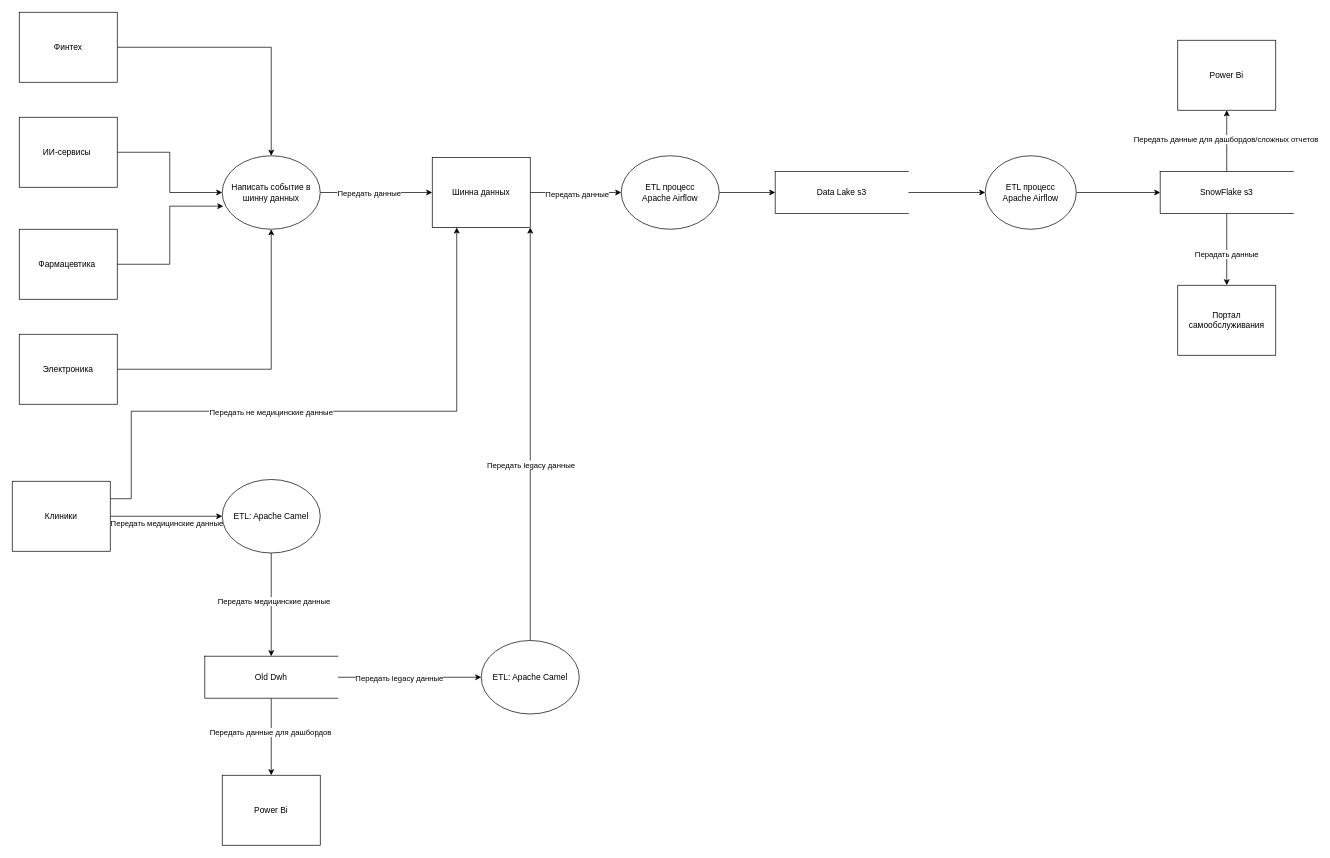
Before: exc2/DataFlowDiagram.drawio in josephjoguts/sprint11, a draw.io diagram. Source tidied: cells renumbered, new cells numbered last; positions are measured from the earlier drawing's top-left corner, leaving out a move shared by most shapes. Both pictures are drawn from the tidied source at 70%, with x=0, y=0 at pixel (12, 12).
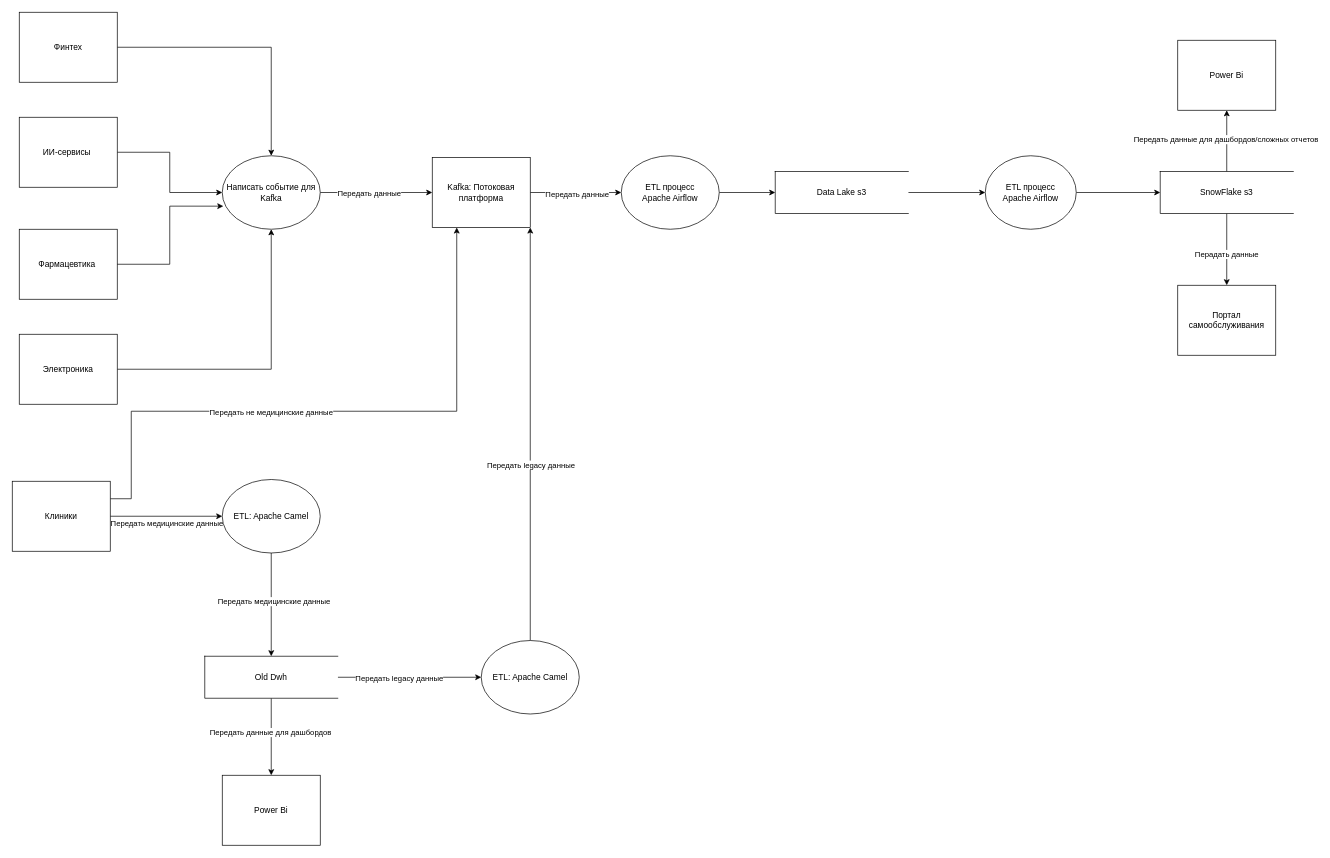
The same page after the edit.

Change to the diagram source:
```diff
@@
-    <mxCell id="6" value="Написать событие в шинну данных" style="shape=ellipse;html=1;dashed=0;whiteSpace=wrap;perimeter=ellipsePerimeter;" parent="1" vertex="1">
+    <mxCell id="6" value="Написать событие для Kafka" style="shape=ellipse;html=1;dashed=0;whiteSpace=wrap;perimeter=ellipsePerimeter;" parent="1" vertex="1">
       <mxGeometry x="300" y="205" width="140" height="105" as="geometry" />
     </mxCell>
@@
-    <mxCell id="15" value="Шинна данных" style="html=1;dashed=0;whiteSpace=wrap;" parent="1" vertex="1">
+    <mxCell id="15" value="Kafka: Потоковая платформа" style="html=1;dashed=0;whiteSpace=wrap;" parent="1" vertex="1">
       <mxGeometry x="600" y="207.5" width="140" height="100" as="geometry" />
     </mxCell>
```
